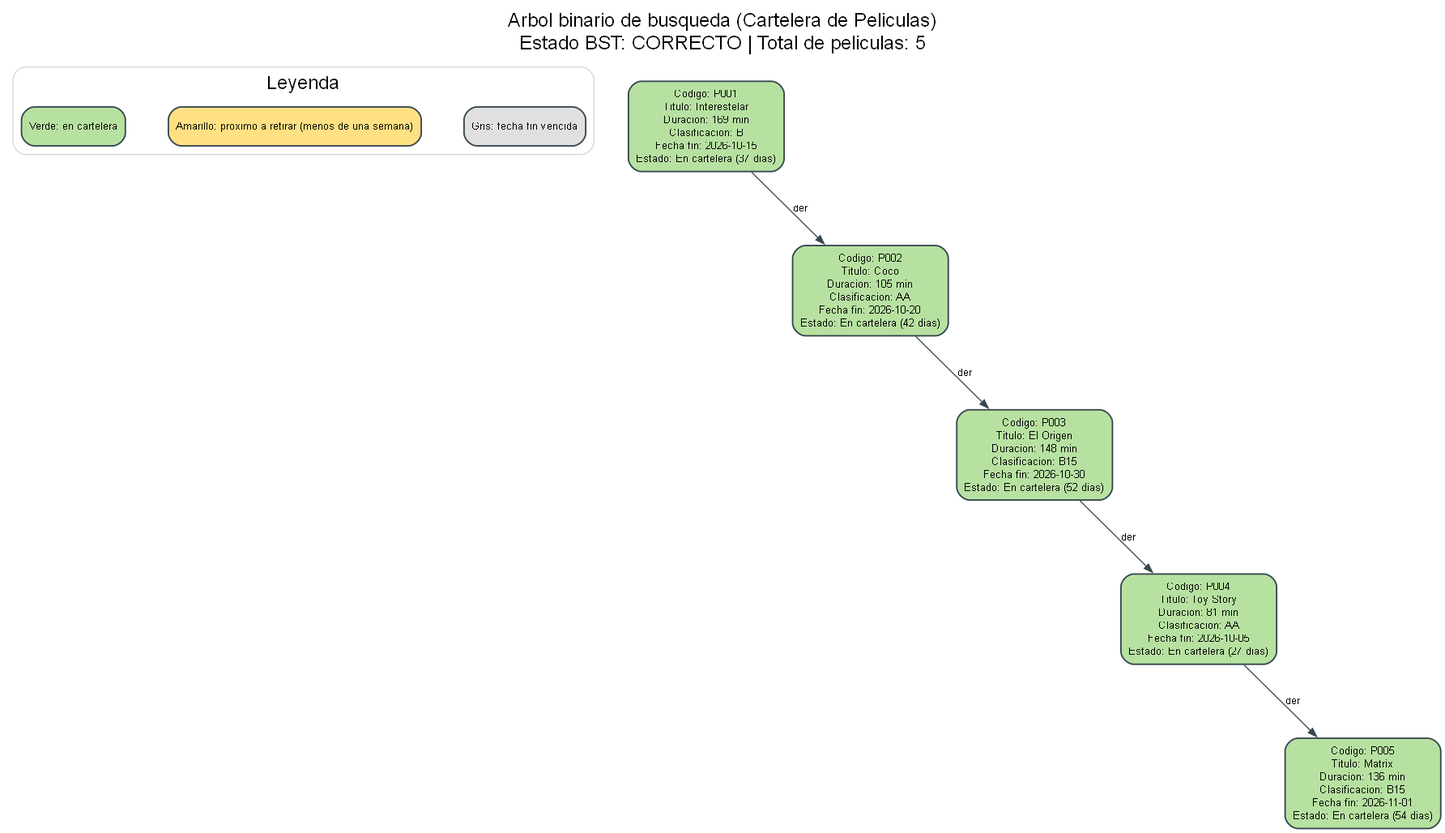
The Graphviz diagram FASE_NO2/reporte_bst.png in sergioraulquezel/EDD_2S2026_PY_202401290, before a commit. Its source is kept beside it as FASE_NO2/reporte_bst.dot.
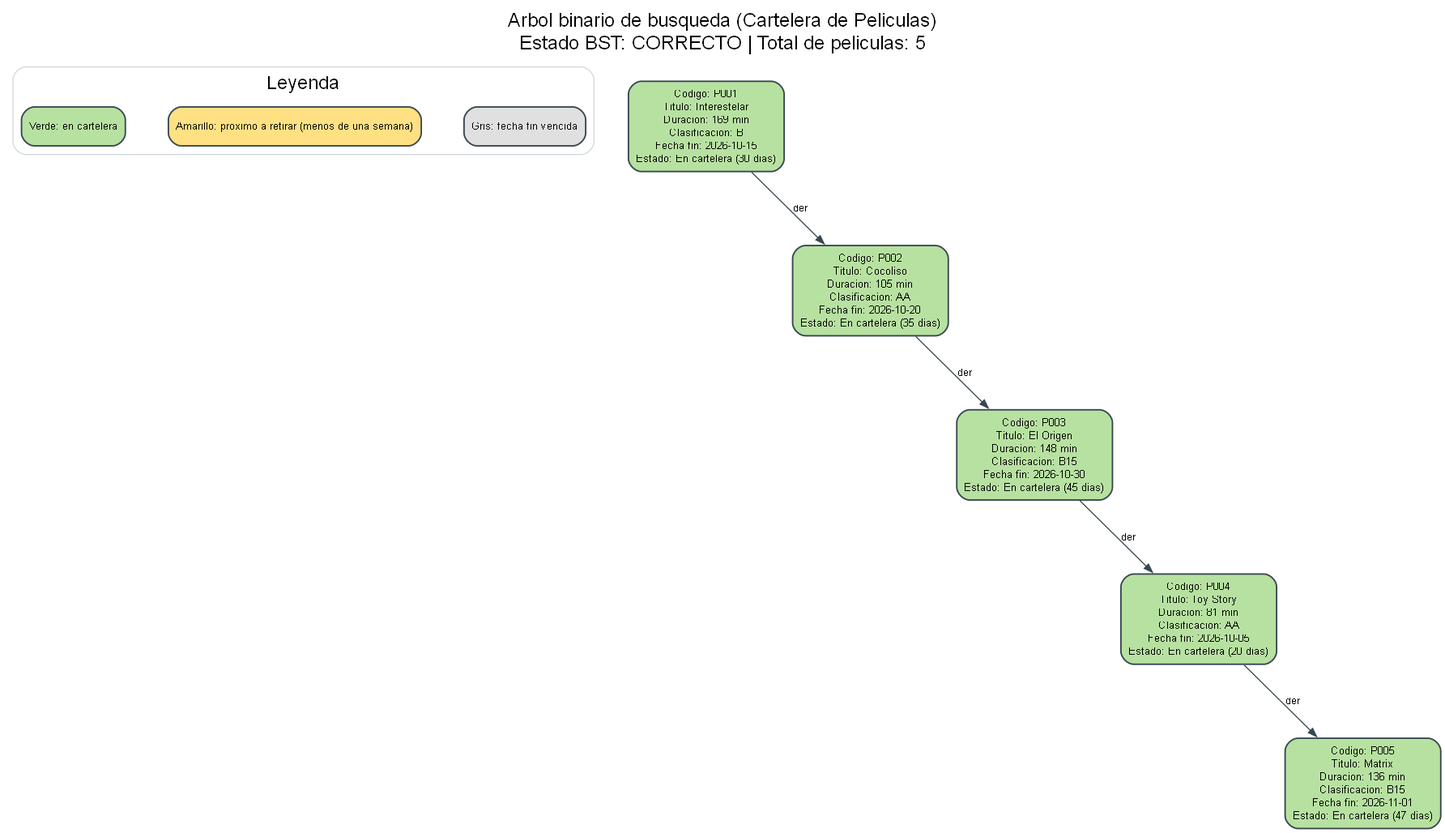
The same diagram one commit later.

Change to the diagram source:
```diff
@@ -14,29 +14,29 @@
         leyenda_gris [label="Gris: fecha fin vencida", fillcolor="#e0e0e0"];
         { rank=same; leyenda_verde; leyenda_amarillo; leyenda_gris; }
     }
-    nodo1 [fillcolor="#b7e1a1", label="Codigo: P001\nTitulo: Interestelar\nDuracion: 169 min\nClasificacion: B\nFecha fin: 2026-10-15\nEstado: En cartelera (37 dias)"];
+    nodo1 [fillcolor="#b7e1a1", label="Codigo: P001\nTitulo: Interestelar\nDuracion: 169 min\nClasificacion: B\nFecha fin: 2026-10-15\nEstado: En cartelera (30 dias)"];
     nulo1 [shape=point, style=invis, label="", width=0.01, height=0.01];
     nodo1 -> nulo1 [style=invis, weight=10];
     nodo1 -> nodo2 [label="der"];
     { rank=same; nulo1; nodo2; }
     nulo1 -> nodo2 [style=invis, weight=20];
-    nodo2 [fillcolor="#b7e1a1", label="Codigo: P002\nTitulo: Coco\nDuracion: 105 min\nClasificacion: AA\nFecha fin: 2026-10-20\nEstado: En cartelera (42 dias)"];
+    nodo2 [fillcolor="#b7e1a1", label="Codigo: P002\nTitulo: Cocoliso\nDuracion: 105 min\nClasificacion: AA\nFecha fin: 2026-10-20\nEstado: En cartelera (35 dias)"];
     nulo2 [shape=point, style=invis, label="", width=0.01, height=0.01];
     nodo2 -> nulo2 [style=invis, weight=10];
     nodo2 -> nodo3 [label="der"];
     { rank=same; nulo2; nodo3; }
     nulo2 -> nodo3 [style=invis, weight=20];
-    nodo3 [fillcolor="#b7e1a1", label="Codigo: P003\nTitulo: El Origen\nDuracion: 148 min\nClasificacion: B15\nFecha fin: 2026-10-30\nEstado: En cartelera (52 dias)"];
+    nodo3 [fillcolor="#b7e1a1", label="Codigo: P003\nTitulo: El Origen\nDuracion: 148 min\nClasificacion: B15\nFecha fin: 2026-10-30\nEstado: En cartelera (45 dias)"];
     nulo3 [shape=point, style=invis, label="", width=0.01, height=0.01];
     nodo3 -> nulo3 [style=invis, weight=10];
     nodo3 -> nodo4 [label="der"];
     { rank=same; nulo3; nodo4; }
     nulo3 -> nodo4 [style=invis, weight=20];
-    nodo4 [fillcolor="#b7e1a1", label="Codigo: P004\nTitulo: Toy Story\nDuracion: 81 min\nClasificacion: AA\nFecha fin: 2026-10-05\nEstado: En cartelera (27 dias)"];
+    nodo4 [fillcolor="#b7e1a1", label="Codigo: P004\nTitulo: Toy Story\nDuracion: 81 min\nClasificacion: AA\nFecha fin: 2026-10-05\nEstado: En cartelera (20 dias)"];
     nulo4 [shape=point, style=invis, label="", width=0.01, height=0.01];
     nodo4 -> nulo4 [style=invis, weight=10];
     nodo4 -> nodo5 [label="der"];
     { rank=same; nulo4; nodo5; }
     nulo4 -> nodo5 [style=invis, weight=20];
-    nodo5 [fillcolor="#b7e1a1", label="Codigo: P005\nTitulo: Matrix\nDuracion: 136 min\nClasificacion: B15\nFecha fin: 2026-11-01\nEstado: En cartelera (54 dias)"];
+    nodo5 [fillcolor="#b7e1a1", label="Codigo: P005\nTitulo: Matrix\nDuracion: 136 min\nClasificacion: B15\nFecha fin: 2026-11-01\nEstado: En cartelera (47 dias)"];
 }
```
